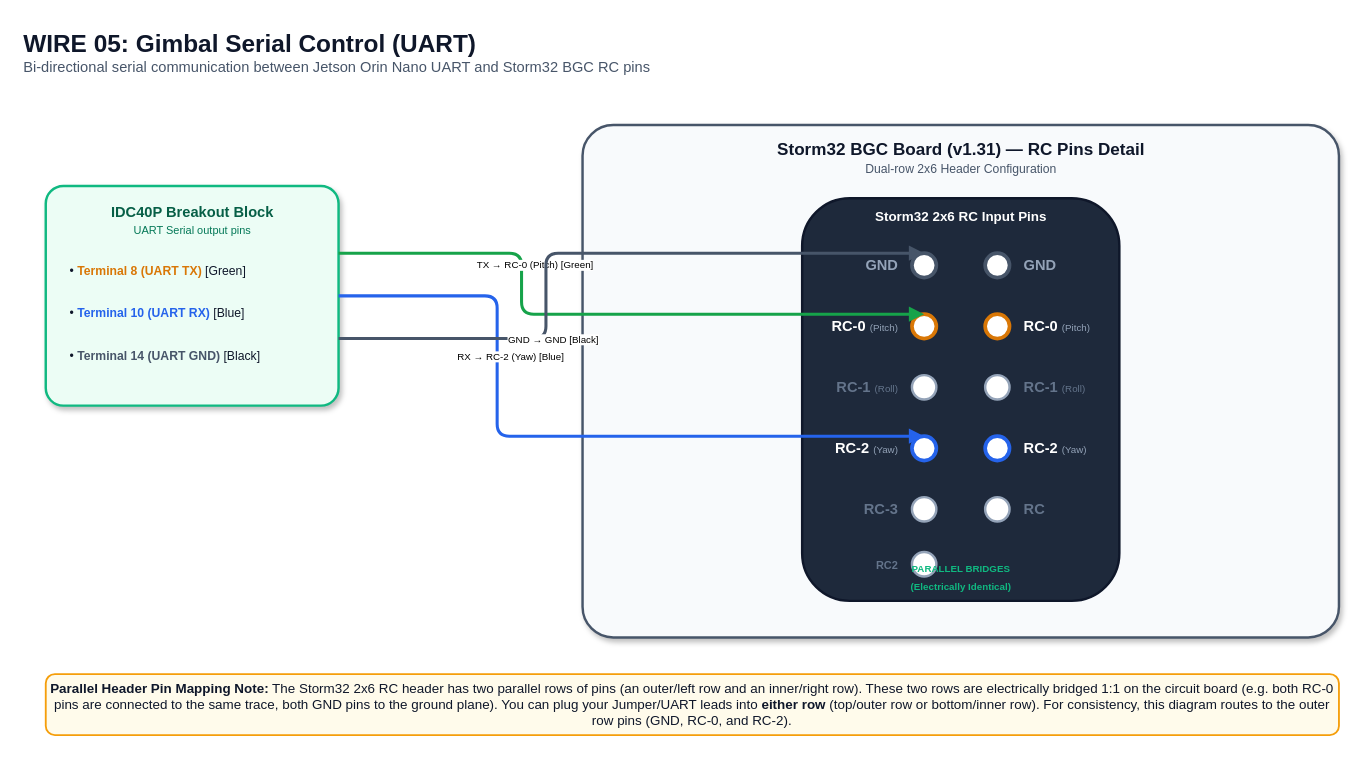
This is diagrams/wire_05_gimbal_serial.drawio from main-salman/dropMosquitoes, a draw.io file, before an edit. Source tidied: cells renumbered, new cells numbered last; positions are measured from the earlier drawing's top-left corner, leaving out a move shared by most shapes. Both pictures are drawn from the tidied source at 122%, with x=0, y=0 at pixel (21, 21).
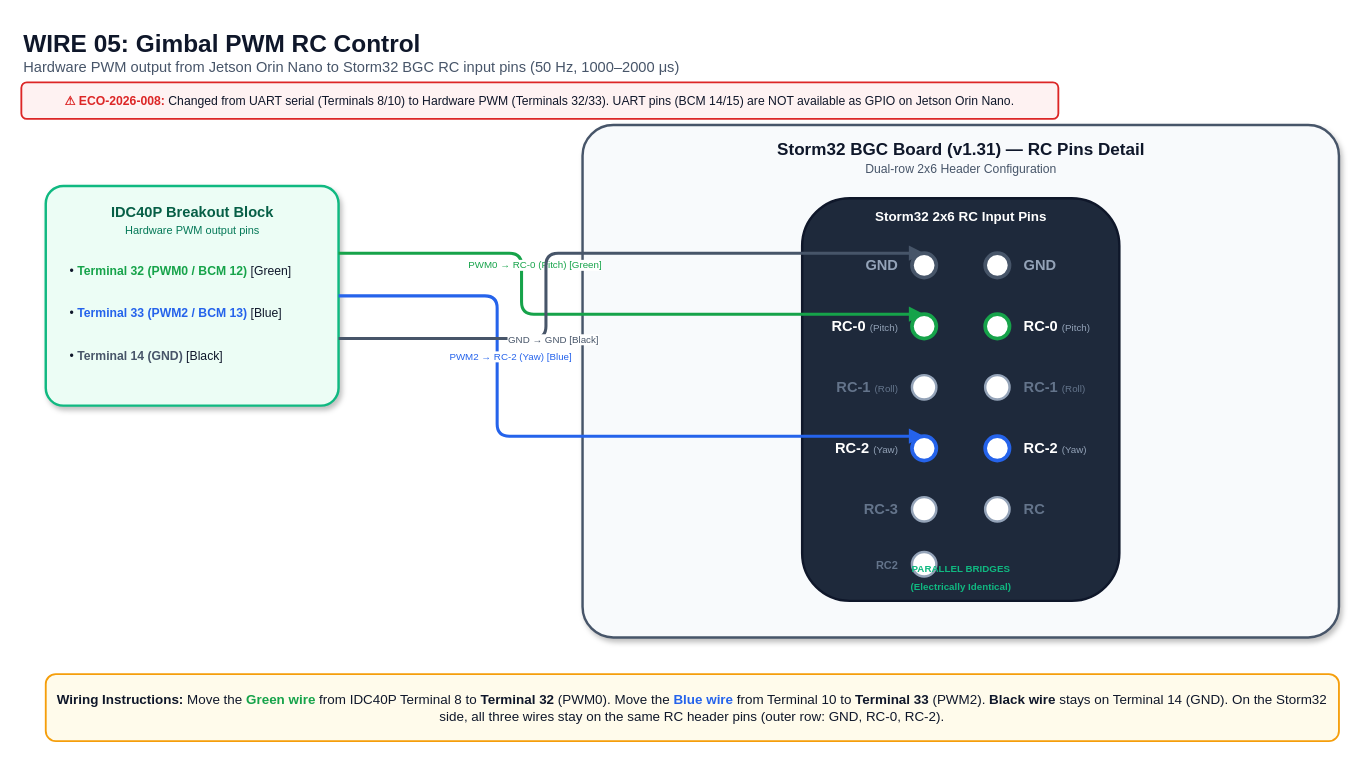
Above is the later version.

Commit message (it also covers changes not shown here):
[CODE][HW][BUG] USB serial gimbal, pitch oscillation fix, video garbling root cause fix, Vmax tuning script

Unchanged cells that the change refers to:
```xml
<mxCell id="3" style="rounded=1;fillColor=#ECFDF5;strokeColor=#10B981;strokeWidth=2;shadow=1;arcSize=8;" parent="1" vertex="1">
  <mxGeometry x="20" y="135" width="240" height="180" as="geometry" />
</mxCell>
<mxCell id="10" style="rounded=1;fillColor=#1E293B;strokeColor=#0F172A;strokeWidth=2;" parent="8" vertex="1">
  <mxGeometry x="180" y="60" width="260" height="330" as="geometry" />
</mxCell>
<mxCell id="39" style="endArrow=block;endFill=1;strokeColor=#16A34A;strokeWidth=2.5;rounded=1;edgeStyle=orthogonalEdgeStyle;" parent="1" edge="1" source="3" target="15">
  <mxGeometry relative="1" as="geometry">
    <Array as="points">
      <mxPoint x="410" y="190" />
      <mxPoint x="410" y="240" />
    </Array>
  </mxGeometry>
</mxCell>
<mxCell id="41" style="endArrow=block;endFill=1;strokeColor=#2563EB;strokeWidth=2.5;rounded=1;edgeStyle=orthogonalEdgeStyle;" parent="1" edge="1" source="3" target="19">
  <mxGeometry relative="1" as="geometry">
    <Array as="points">
      <mxPoint x="390" y="225" />
      <mxPoint x="390" y="340" />
    </Array>
  </mxGeometry>
</mxCell>
<mxCell id="43" style="endArrow=block;endFill=1;strokeColor=#475569;strokeWidth=2.5;rounded=1;edgeStyle=orthogonalEdgeStyle;" parent="1" edge="1" source="3" target="13">
  <mxGeometry relative="1" as="geometry">
    <Array as="points">
      <mxPoint x="430" y="260" />
      <mxPoint x="430" y="190" />
    </Array>
  </mxGeometry>
</mxCell>
```

Change to the diagram source:
```diff
@@
-    <mxCell id="2" value="&lt;b style='font-size:20px;color:#0F172A'&gt;WIRE 05: Gimbal Serial Control (UART)&lt;/b&gt;&lt;br&gt;&lt;span style='color:#475569;font-size:12px'&gt;Bi-directional serial communication between Jetson Orin Nano UART and Storm32 BGC RC pins&lt;/span&gt;" style="text;html=1;fontColor=#333;align=left;" parent="1" vertex="1">
+    <mxCell id="2" value="&lt;b style='font-size:20px;color:#0F172A'&gt;WIRE 05: Gimbal PWM RC Control&lt;/b&gt;&lt;br&gt;&lt;span style='color:#475569;font-size:12px'&gt;Hardware PWM output from Jetson Orin Nano to Storm32 BGC RC input pins (50 Hz, 1000–2000 μs)&lt;/span&gt;" style="text;html=1;fontColor=#333;align=left;" parent="1" vertex="1">
       <mxGeometry width="850" height="45" as="geometry" />
     </mxCell>
+    <mxCell id="46" value="&lt;b style='color:#DC2626'&gt;⚠ ECO-2026-008:&lt;/b&gt; &lt;span style='color:#0F172A'&gt;Changed from UART serial (Terminals 8/10) to Hardware PWM (Terminals 32/33). UART pins (BCM 14/15) are NOT available as GPIO on Jetson Orin Nano.&lt;/span&gt;" style="rounded=1;whiteSpace=wrap;html=1;fillColor=#FEF2F2;strokeColor=#DC2626;fontColor=#0F172A;fontSize=10;strokeWidth=1.5;" parent="1" vertex="1">
+      <mxGeometry y="50" width="850" height="30" as="geometry" />
+    </mxCell>
@@
-    <mxCell id="4" value="&lt;b style='color:#065F46;font-size:12px'&gt;IDC40P Breakout Block&lt;/b&gt;&lt;br&gt;&lt;span style='color:#047857;font-size:9px'&gt;UART Serial output pins&lt;/span&gt;" style="text;html=1;align=center;" parent="3" vertex="1">
+    <mxCell id="4" value="&lt;b style='color:#065F46;font-size:12px'&gt;IDC40P Breakout Block&lt;/b&gt;&lt;br&gt;&lt;span style='color:#047857;font-size:9px'&gt;Hardware PWM output pins&lt;/span&gt;" style="text;html=1;align=center;" parent="3" vertex="1">
       <mxGeometry x="10" y="8" width="220" height="28" as="geometry" />
     </mxCell>
-    <mxCell id="5" value="&lt;span style='font-size:10px;color:#0F172A'&gt;• &lt;b style='color:#D97706'&gt;Terminal 8 (UART TX)&lt;/b&gt; [Green]&lt;/span&gt;" style="text;html=1;align=left;spacingLeft=8;" parent="3" vertex="1">
+    <mxCell id="5" value="&lt;span style='font-size:10px;color:#0F172A'&gt;• &lt;b style='color:#16A34A'&gt;Terminal 32 (PWM0 / BCM 12)&lt;/b&gt; [Green]&lt;/span&gt;" style="text;html=1;align=left;spacingLeft=8;" parent="3" vertex="1">
       <mxGeometry x="10" y="55" width="220" height="22" as="geometry" />
     </mxCell>
-    <mxCell id="6" value="&lt;span style='font-size:10px;color:#0F172A'&gt;• &lt;b style='color:#2563EB'&gt;Terminal 10 (UART RX)&lt;/b&gt; [Blue]&lt;/span&gt;" style="text;html=1;align=left;spacingLeft=8;" parent="3" vertex="1">
+    <mxCell id="6" value="&lt;span style='font-size:10px;color:#0F172A'&gt;• &lt;b style='color:#2563EB'&gt;Terminal 33 (PWM2 / BCM 13)&lt;/b&gt; [Blue]&lt;/span&gt;" style="text;html=1;align=left;spacingLeft=8;" parent="3" vertex="1">
       <mxGeometry x="10" y="90" width="220" height="22" as="geometry" />
     </mxCell>
-    <mxCell id="7" value="&lt;span style='font-size:10px;color:#0F172A'&gt;• &lt;b style='color:#475569'&gt;Terminal 14 (UART GND)&lt;/b&gt; [Black]&lt;/span&gt;" style="text;html=1;align=left;spacingLeft=8;" parent="3" vertex="1">
+    <mxCell id="7" value="&lt;span style='font-size:10px;color:#0F172A'&gt;• &lt;b style='color:#475569'&gt;Terminal 14 (GND)&lt;/b&gt; [Black]&lt;/span&gt;" style="text;html=1;align=left;spacingLeft=8;" parent="3" vertex="1">
       <mxGeometry x="10" y="125" width="220" height="22" as="geometry" />
     </mxCell>
@@
-    <mxCell id="15" style="ellipse;fillColor=#FFF;strokeColor=#D97706;strokeWidth=3;" parent="10" vertex="1">
+    <mxCell id="15" style="ellipse;fillColor=#FFF;strokeColor=#16A34A;strokeWidth=3;" parent="10" vertex="1">
       <mxGeometry x="90" y="95" width="20" height="20" as="geometry" />
     </mxCell>
@@
-    <mxCell id="26" style="ellipse;fillColor=#FFF;strokeColor=#D97706;strokeWidth=3;" parent="10" vertex="1">
+    <mxCell id="26" style="ellipse;fillColor=#FFF;strokeColor=#16A34A;strokeWidth=3;" parent="10" vertex="1">
       <mxGeometry x="150" y="95" width="20" height="20" as="geometry" />
     </mxCell>
@@
-    <mxCell id="35" style="endArrow=none;strokeColor=#D97706;strokeWidth=1.5;dashed=1;" parent="10" edge="1" source="15" target="26" />
+    <mxCell id="35" style="endArrow=none;strokeColor=#16A34A;strokeWidth=1.5;dashed=1;" parent="10" edge="1" source="15" target="26" />
@@
-    <mxCell id="40" value="TX → RC-0 (Pitch) [Green]" style="edgeLabel;html=1;align=center;verticalAlign=middle;fontColor:#16A34A;fontSize=8;backgroundColor=#FFFFFF;" parent="39" vertex="1">
+    <mxCell id="40" value="PWM0 → RC-0 (Pitch) [Green]" style="edgeLabel;html=1;align=center;verticalAlign=middle;fontColor=#16A34A;fontSize=8;backgroundColor=#FFFFFF;" parent="39" vertex="1">
       <mxGeometry x="-0.4" relative="1" as="geometry">
         <mxPoint x="10" as="offset" />
       </mxGeometry>
     </mxCell>
@@
-    <mxCell id="42" value="RX → RC-2 (Yaw) [Blue]" style="edgeLabel;html=1;align=center;verticalAlign=middle;fontColor:#2563EB;fontSize=8;backgroundColor=#FFFFFF;" parent="41" vertex="1">
+    <mxCell id="42" value="PWM2 → RC-2 (Yaw) [Blue]" style="edgeLabel;html=1;align=center;verticalAlign=middle;fontColor=#2563EB;fontSize=8;backgroundColor=#FFFFFF;" parent="41" vertex="1">
       <mxGeometry x="-0.4" relative="1" as="geometry">
         <mxPoint x="10" as="offset" />
       </mxGeometry>
     </mxCell>
@@
-    <mxCell id="44" value="GND → GND [Black]" style="edgeLabel;html=1;align=center;verticalAlign=middle;fontColor:#475569;fontSize=8;backgroundColor=#FFFFFF;" parent="43" vertex="1">
+    <mxCell id="44" value="GND → GND [Black]" style="edgeLabel;html=1;align=center;verticalAlign=middle;fontColor=#475569;fontSize=8;backgroundColor=#FFFFFF;" parent="43" vertex="1">
       <mxGeometry x="-0.4" relative="1" as="geometry">
         <mxPoint x="10" as="offset" />
       </mxGeometry>
     </mxCell>
-    <mxCell id="45" value="&lt;b&gt;Parallel Header Pin Mapping Note:&lt;/b&gt; The Storm32 2x6 RC header has two parallel rows of pins (an outer/left row and an inner/right row). These two rows are electrically bridged 1:1 on the circuit board (e.g. both RC-0 pins are connected to the same trace, both GND pins to the ground plane). You can plug your Jumper/UART leads into &lt;b&gt;either row&lt;/b&gt; (top/outer row or bottom/inner row). For consistency, this diagram routes to the outer row pins (GND, RC-0, and RC-2)." style="rounded=1;whiteSpace=wrap;html=1;fillColor=#FFFBEB;strokeColor=#F59E0B;fontColor=#0F172A;fontSize=11;strokeWidth=1.5;" parent="1" vertex="1">
-      <mxGeometry x="20" y="535" width="1060" height="50" as="geometry" />
+    <mxCell id="45" value="&lt;b&gt;Wiring Instructions:&lt;/b&gt; Move the &lt;b style='color:#16A34A'&gt;Green wire&lt;/b&gt; from IDC40P Terminal 8 to &lt;b&gt;Terminal 32&lt;/b&gt; (PWM0). Move the &lt;b style='color:#2563EB'&gt;Blue wire&lt;/b&gt; from Terminal 10 to &lt;b&gt;Terminal 33&lt;/b&gt; (PWM2). &lt;b&gt;Black wire&lt;/b&gt; stays on Terminal 14 (GND). On the Storm32 side, all three wires stay on the same RC header pins (outer row: GND, RC-0, RC-2)." style="rounded=1;whiteSpace=wrap;html=1;fillColor=#FFFBEB;strokeColor=#F59E0B;fontColor=#0F172A;fontSize=11;strokeWidth=1.5;" parent="1" vertex="1">
+      <mxGeometry x="20" y="535" width="1060" height="55" as="geometry" />
     </mxCell>
```
